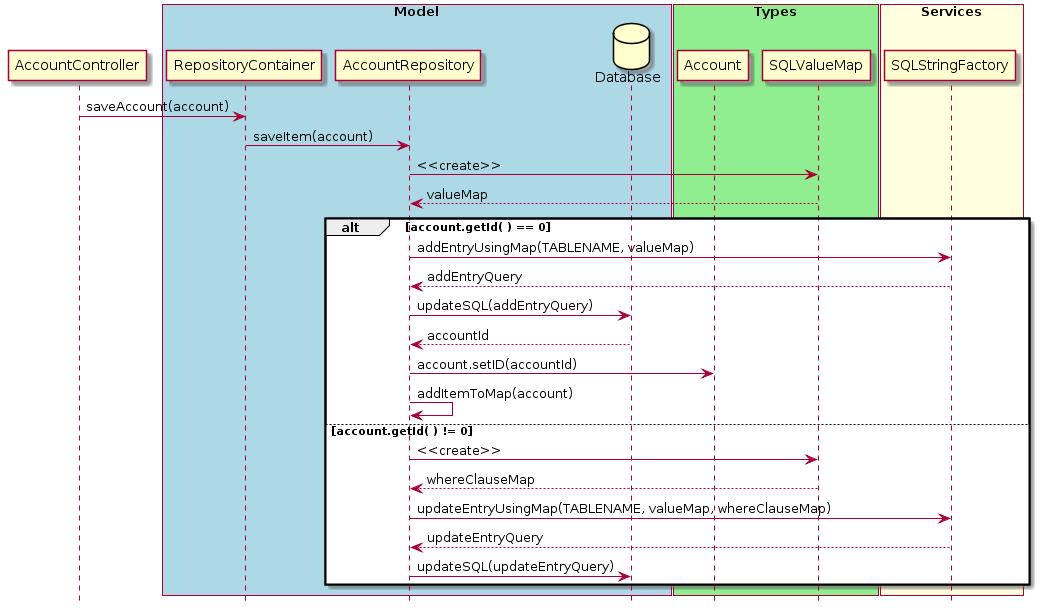
The PlantUML diagram Documentation/Diagrams/sequence/addAccountImp.png in melanie-t/budget-planner-app, before a commit.
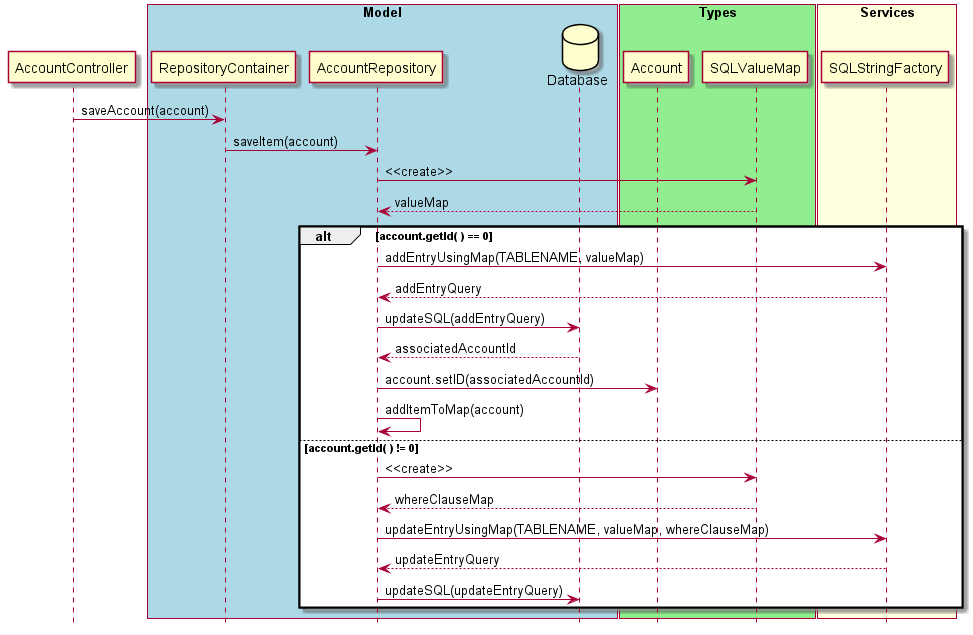
The same diagram one commit later.

Diff of the diagram source:
```diff
@@ -28,9 +28,9 @@
     AccountRepository <-- SQLStringFactory : addEntryQuery
 
     AccountRepository -> Database : updateSQL(addEntryQuery)
-    AccountRepository <-- Database : accountId
+    AccountRepository <-- Database : associatedAccountId
 
-    AccountRepository -> Account: account.setID(accountId)
+    AccountRepository -> Account: account.setID(associatedAccountId)
 
     AccountRepository -> AccountRepository: addItemToMap(account)
 
```
